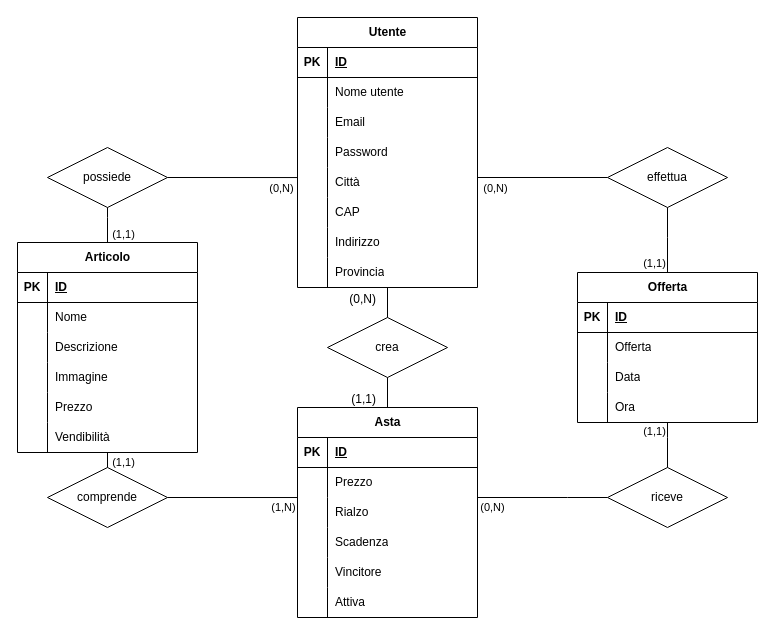
This is Documents/1 - Database/File/Bozza DB.drawio from Chri060/tiw-2023-rossi-sharoubim, a draw.io file, before an edit. Source tidied: cells renumbered, new cells numbered last; positions are measured from the earlier drawing's top-left corner, leaving out a move shared by most shapes. Both pictures are drawn from the tidied source at 100%, with x=0, y=0 at pixel (17, 17).
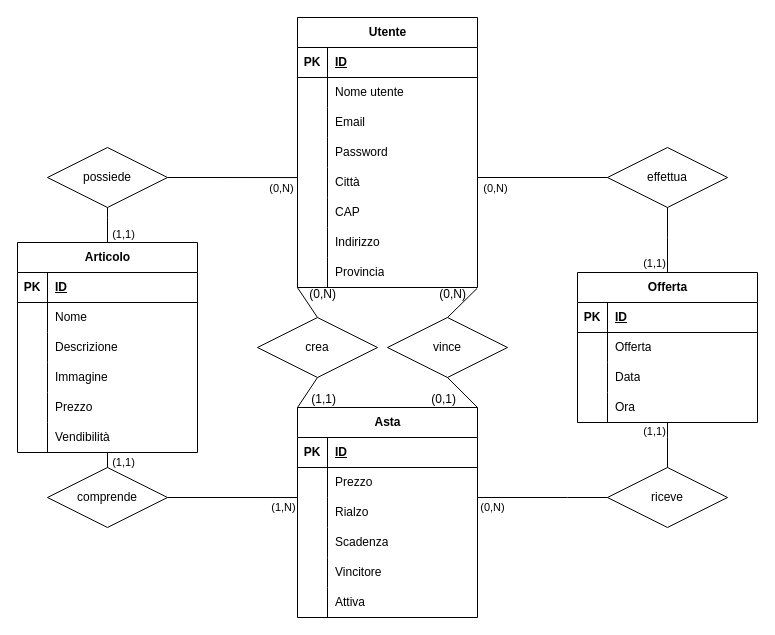
After the change.

Unchanged cells that the change refers to:
```xml
<mxCell id="24" style="shape=tableRow;horizontal=0;startSize=0;swimlaneHead=0;swimlaneBody=0;fillColor=none;points=[[0,0.5],[1,0.5]];portConstraint=eastwest;top=0;left=0;right=0;bottom=0;" parent="2" vertex="1">
  <mxGeometry y="240" width="180" height="30" as="geometry" />
</mxCell>
<mxCell id="40" value="Asta" style="shape=table;startSize=30;childLayout=tableLayout;rowLines=0;fontStyle=1;align=center;html=1;" parent="1" vertex="1">
  <mxGeometry x="280" y="390" width="180" height="210" as="geometry" />
</mxCell>
```

What changed in the source:
```diff
@@
     <mxCell id="78" value="crea" style="shape=rhombus;perimeter=rhombusPerimeter;whiteSpace=wrap;html=1;align=center;" parent="1" vertex="1">
-      <mxGeometry x="310" y="300" width="120" height="60" as="geometry" />
+      <mxGeometry x="240" y="300" width="120" height="60" as="geometry" />
     </mxCell>
@@
-    <mxCell id="82" style="endArrow=none;html=1;rounded=0;entryX=0.5;entryY=0;entryDx=0;entryDy=0;" parent="1" edge="1" source="24" target="78">
-      <mxGeometry relative="1" as="geometry" />
+    <mxCell id="82" style="endArrow=none;html=1;rounded=0;entryX=0.5;entryY=0;entryDx=0;entryDy=0;" parent="1" edge="1" target="78">
+      <mxGeometry relative="1" as="geometry">
+        <mxPoint x="279.9" y="270" as="sourcePoint" />
+      </mxGeometry>
     </mxCell>
     <mxCell id="83" value="(0,N)" style="html=1;whiteSpace=wrap;align=right;verticalAlign=bottom;" parent="82" vertex="1">
       <mxGeometry x="1" relative="1" as="geometry">
-        <mxPoint x="-10" y="-10" as="offset" />
+        <mxPoint x="20" y="-15" as="offset" />
       </mxGeometry>
     </mxCell>
-    <mxCell id="84" style="endArrow=none;html=1;rounded=0;entryX=0.5;entryY=0;entryDx=0;entryDy=0;exitX=0.5;exitY=1;exitDx=0;exitDy=0;" parent="1" edge="1" source="78" target="40">
+    <mxCell id="84" style="endArrow=none;html=1;rounded=0;entryX=0;entryY=0;entryDx=0;entryDy=0;exitX=0.5;exitY=1;exitDx=0;exitDy=0;" parent="1" edge="1" source="78" target="40">
       <mxGeometry relative="1" as="geometry" />
     </mxCell>
     <mxCell id="85" value="(1,1)" style="html=1;whiteSpace=wrap;align=right;verticalAlign=bottom;" parent="84" vertex="1">
       <mxGeometry x="1" relative="1" as="geometry">
-        <mxPoint x="-10" as="offset" />
+        <mxPoint x="40" as="offset" />
       </mxGeometry>
     </mxCell>
@@
+    <mxCell id="103" value="vince" style="shape=rhombus;perimeter=rhombusPerimeter;whiteSpace=wrap;html=1;align=center;" parent="1" vertex="1">
+      <mxGeometry x="370" y="300" width="120" height="60" as="geometry" />
+    </mxCell>
+    <mxCell id="104" style="endArrow=none;html=1;rounded=0;entryX=0.5;entryY=0;entryDx=0;entryDy=0;exitX=0.998;exitY=1.029;exitDx=0;exitDy=0;exitPerimeter=0;" parent="1" edge="1" source="24" target="103">
+      <mxGeometry relative="1" as="geometry" />
+    </mxCell>
+    <mxCell id="105" value="(0,N)" style="html=1;whiteSpace=wrap;align=right;verticalAlign=bottom;" parent="104" vertex="1">
+      <mxGeometry x="1" relative="1" as="geometry">
+        <mxPoint x="20" y="-15" as="offset" />
+      </mxGeometry>
+    </mxCell>
+    <mxCell id="106" style="endArrow=none;html=1;rounded=0;exitX=0.5;exitY=1;exitDx=0;exitDy=0;entryX=1;entryY=0;entryDx=0;entryDy=0;" parent="1" edge="1" source="103" target="40">
+      <mxGeometry relative="1" as="geometry" />
+    </mxCell>
+    <mxCell id="107" value="(0,1)" style="html=1;whiteSpace=wrap;align=right;verticalAlign=bottom;" parent="106" vertex="1">
+      <mxGeometry x="1" relative="1" as="geometry">
+        <mxPoint x="-20" as="offset" />
+      </mxGeometry>
+    </mxCell>
```
